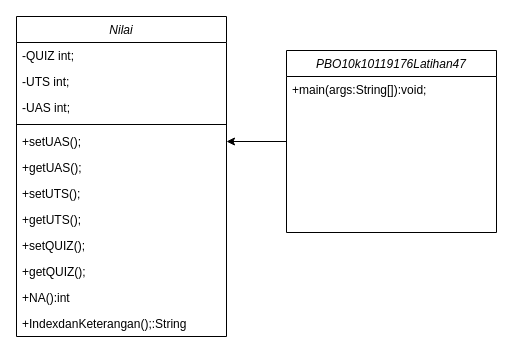
This is Latihan47.drawio from muhammadfauzanfadhlulbarr/PBO10K-10119176-Latihan-47-Nilai-Mahasiswa, a draw.io file, before an edit. Source tidied: cells renumbered, new cells numbered last; positions are measured from the earlier drawing's top-left corner, leaving out a move shared by most shapes. Both pictures are drawn from the tidied source at 100%, with x=0, y=0 at pixel (16, 16).
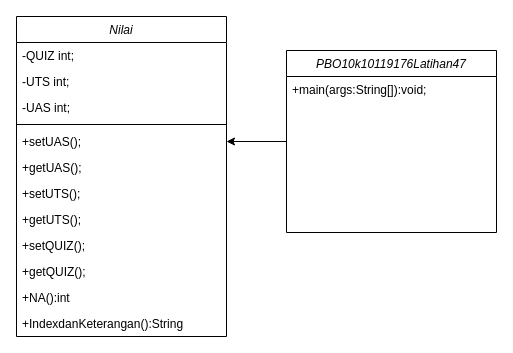
Above is the later version.

The edit, as a diff of the source:
```diff
@@
 <mxGraphModel>
   <root>
     <mxCell id="0" />
     <mxCell id="1" parent="0" />
     <mxCell id="2" value="Nilai" style="swimlane;fontStyle=2;align=center;verticalAlign=top;horizontal=1;startSize=26;rounded=0;shadow=0;strokeWidth=1;" parent="1" vertex="1">
       <mxGeometry width="210" height="320" as="geometry" />
     </mxCell>
     <mxCell id="3" value="-QUIZ int;" style="text;align=left;verticalAlign=top;spacingLeft=4;spacingRight=4;overflow=hidden;rounded=0;shadow=0;html=0;" parent="2" vertex="1">
       <mxGeometry y="26" width="210" height="26" as="geometry" />
     </mxCell>
     <mxCell id="4" value="-UTS int;" style="text;align=left;verticalAlign=top;spacingLeft=4;spacingRight=4;overflow=hidden;rounded=0;shadow=0;html=0;" parent="2" vertex="1">
       <mxGeometry y="52" width="210" height="26" as="geometry" />
     </mxCell>
     <mxCell id="5" value="-UAS int;" style="text;align=left;verticalAlign=top;spacingLeft=4;spacingRight=4;overflow=hidden;rounded=0;shadow=0;html=0;" parent="2" vertex="1">
       <mxGeometry y="78" width="210" height="26" as="geometry" />
     </mxCell>
     <mxCell id="6" style="line;html=1;strokeWidth=1;align=left;verticalAlign=middle;spacingTop=-1;spacingLeft=3;spacingRight=3;labelPosition=right;" parent="2" vertex="1">
       <mxGeometry y="104" width="210" height="8" as="geometry" />
     </mxCell>
     <mxCell id="7" value="+setUAS();&#10;" style="text;align=left;verticalAlign=top;spacingLeft=4;spacingRight=4;overflow=hidden;points=[[0,0.5],[1,0.5]];portConstraint=eastwest;" parent="2" vertex="1">
       <mxGeometry y="112" width="210" height="26" as="geometry" />
     </mxCell>
     <mxCell id="8" value="+getUAS();&#10;" style="text;align=left;verticalAlign=top;spacingLeft=4;spacingRight=4;overflow=hidden;" parent="2" vertex="1">
       <mxGeometry y="138" width="210" height="26" as="geometry" />
     </mxCell>
     <mxCell id="9" value="+setUTS();&#10;" style="text;align=left;verticalAlign=top;spacingLeft=4;spacingRight=4;overflow=hidden;" parent="2" vertex="1">
       <mxGeometry y="164" width="210" height="26" as="geometry" />
     </mxCell>
     <mxCell id="10" value="+getUTS();&#10;" style="text;align=left;verticalAlign=top;spacingLeft=4;spacingRight=4;overflow=hidden;" parent="2" vertex="1">
       <mxGeometry y="190" width="210" height="26" as="geometry" />
     </mxCell>
     <mxCell id="11" value="+setQUIZ();&#10;" style="text;align=left;verticalAlign=top;spacingLeft=4;spacingRight=4;overflow=hidden;" parent="2" vertex="1">
       <mxGeometry y="216" width="210" height="26" as="geometry" />
     </mxCell>
     <mxCell id="12" value="+getQUIZ();&#10;" style="text;align=left;verticalAlign=top;spacingLeft=4;spacingRight=4;overflow=hidden;" parent="2" vertex="1">
       <mxGeometry y="242" width="210" height="26" as="geometry" />
     </mxCell>
     <mxCell id="13" value="+NA():int&#10;" style="text;align=left;verticalAlign=top;spacingLeft=4;spacingRight=4;overflow=hidden;" parent="2" vertex="1">
       <mxGeometry y="268" width="210" height="26" as="geometry" />
     </mxCell>
-    <mxCell id="14" value="+IndexdanKeterangan();:String" style="text;align=left;verticalAlign=top;spacingLeft=4;spacingRight=4;overflow=hidden;" parent="2" vertex="1">
+    <mxCell id="14" value="+IndexdanKeterangan():String" style="text;align=left;verticalAlign=top;spacingLeft=4;spacingRight=4;overflow=hidden;" parent="2" vertex="1">
       <mxGeometry y="294" width="210" height="26" as="geometry" />
     </mxCell>
     <mxCell id="15" style="edgeStyle=orthogonalEdgeStyle;rounded=0;jettySize=auto;html=1;exitX=0;exitY=0.5;exitDx=0;exitDy=0;entryX=1;entryY=0.5;entryDx=0;entryDy=0;" parent="1" edge="1" source="16" target="7">
       <mxGeometry relative="1" as="geometry" />
     </mxCell>
     <mxCell id="16" value="PBO10k10119176Latihan47" style="swimlane;fontStyle=2;align=center;verticalAlign=top;horizontal=1;startSize=26;rounded=0;shadow=0;strokeWidth=1;" parent="1" vertex="1">
       <mxGeometry x="270" y="34" width="210" height="182" as="geometry" />
     </mxCell>
     <mxCell id="17" value="+main(args:String[]):void;&#10;" style="text;align=left;verticalAlign=top;spacingLeft=4;spacingRight=4;overflow=hidden;" parent="16" vertex="1">
       <mxGeometry y="26" width="210" height="26" as="geometry" />
     </mxCell>
   </root>
 </mxGraphModel>
```
